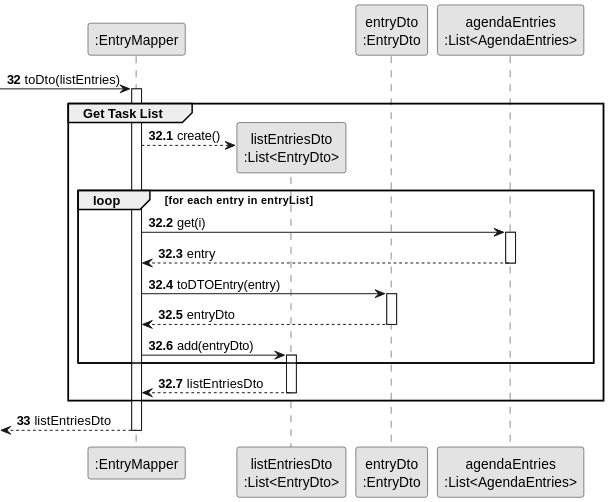
diogoveirospro/lei-24-s2-1dg-g072 keeps this PlantUML diagram as docs/sprintC/us028/03.design/svg/us028-sequence-diagram-partial-create-a-copy-of-entry-list.svg. Above is the earlier version.
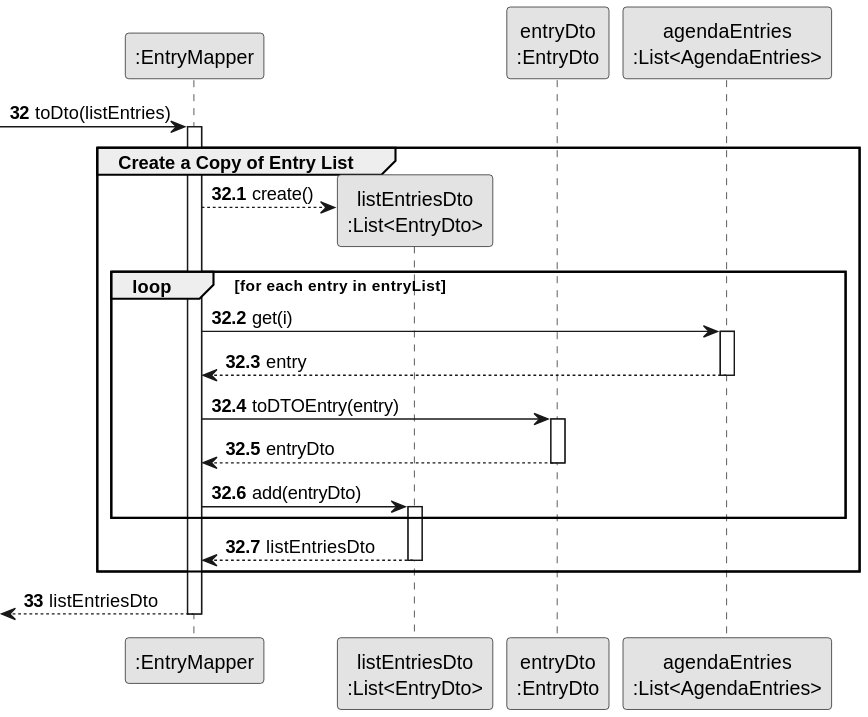
Above is the later version.

Change to the diagram source:
```diff
@@ -16,7 +16,7 @@
  -> Mapper : toDto(listEntries)
 autonumber 32.1
 activate Mapper
-    group Get Task List
+    group Create a Copy of Entry List
 
 
             Mapper --> LISTENTRIESDTO** : create()
```
